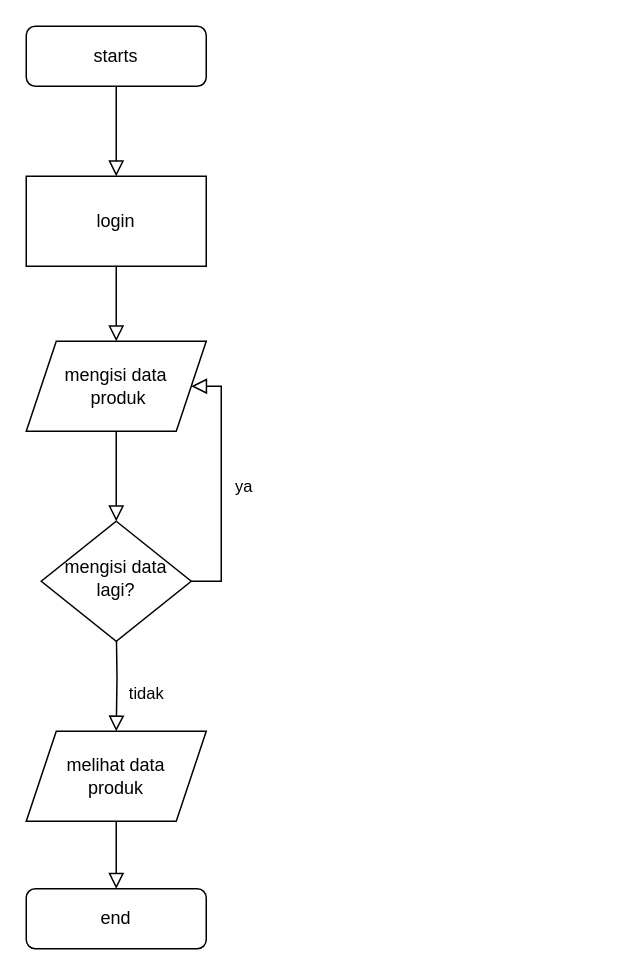
Above: flow chart.drawio in R-TSE-Real-Time-Software-Engineers/SPW-Canteen (draw.io), before the change. Source tidied: cells renumbered, new cells numbered last; positions are measured from the earlier drawing's top-left corner, leaving out a move shared by most shapes. Both pictures are drawn from the tidied source at 150%, with x=0, y=0 at pixel (26, 26).
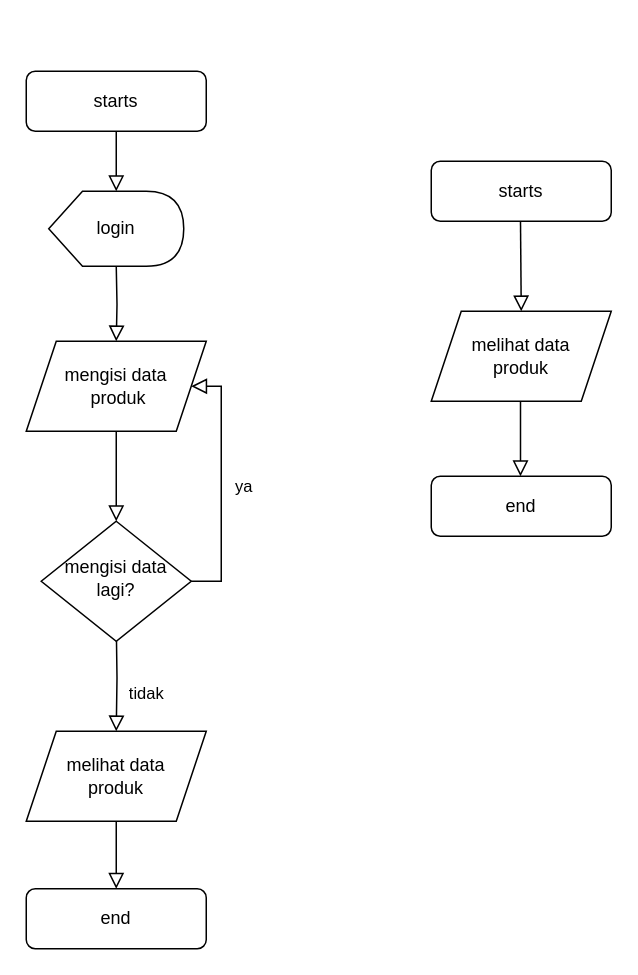
Above is the later version.

Unchanged cells that the change refers to:
```xml
<mxCell id="5" value="mengisi data&lt;div&gt;&amp;nbsp;produk&lt;/div&gt;" style="shape=parallelogram;perimeter=parallelogramPerimeter;whiteSpace=wrap;html=1;fixedSize=1;" parent="1" vertex="1">
  <mxGeometry y="210" width="120" height="60" as="geometry" />
</mxCell>
```

Diff of the diagram source:
```diff
@@
-    <mxCell id="2" style="rounded=0;html=1;jettySize=auto;fontSize=11;endArrow=block;endFill=0;endSize=8;strokeWidth=1;shadow=0;labelBackgroundColor=none;edgeStyle=orthogonalEdgeStyle;exitX=0.5;exitY=1;exitDx=0;exitDy=0;" parent="1" edge="1" source="8" target="5">
-      <mxGeometry relative="1" as="geometry" />
+    <mxCell id="2" style="rounded=0;html=1;jettySize=auto;fontSize=11;endArrow=block;endFill=0;endSize=8;strokeWidth=1;shadow=0;labelBackgroundColor=none;edgeStyle=orthogonalEdgeStyle;exitX=0.5;exitY=1;exitDx=0;exitDy=0;" parent="1" edge="1" target="5">
+      <mxGeometry relative="1" as="geometry">
+        <mxPoint x="60" y="160" as="sourcePoint" />
+      </mxGeometry>
     </mxCell>
@@
     <mxCell id="6" value="starts" style="rounded=1;whiteSpace=wrap;html=1;fontSize=12;glass=0;strokeWidth=1;shadow=0;" parent="1" vertex="1">
-      <mxGeometry width="120" height="40" as="geometry" />
+      <mxGeometry y="30" width="120" height="40" as="geometry" />
     </mxCell>
-    <mxCell id="7" style="rounded=0;html=1;jettySize=auto;fontSize=11;endArrow=block;endFill=0;endSize=8;strokeWidth=1;shadow=0;labelBackgroundColor=none;edgeStyle=orthogonalEdgeStyle;exitX=0.5;exitY=1;exitDx=0;exitDy=0;" parent="1" edge="1" source="6" target="8">
-      <mxGeometry relative="1" as="geometry" />
-    </mxCell>
-    <mxCell id="8" value="login" style="rounded=0;whiteSpace=wrap;html=1;" parent="1" vertex="1">
-      <mxGeometry y="100" width="120" height="60" as="geometry" />
-    </mxCell>
@@
+    <mxCell id="15" value="starts" style="rounded=1;whiteSpace=wrap;html=1;fontSize=12;glass=0;strokeWidth=1;shadow=0;" parent="1" vertex="1">
+      <mxGeometry x="270" y="90" width="120" height="40" as="geometry" />
+    </mxCell>
+    <mxCell id="16" style="rounded=0;html=1;jettySize=auto;fontSize=11;endArrow=block;endFill=0;endSize=8;strokeWidth=1;shadow=0;labelBackgroundColor=none;edgeStyle=orthogonalEdgeStyle;exitX=0.5;exitY=1;exitDx=0;exitDy=0;entryX=0.5;entryY=0;entryDx=0;entryDy=0;" parent="1" edge="1" target="18">
+      <mxGeometry relative="1" as="geometry">
+        <mxPoint x="329.5" y="130" as="sourcePoint" />
+      </mxGeometry>
+    </mxCell>
+    <mxCell id="17" style="rounded=0;html=1;jettySize=auto;orthogonalLoop=1;fontSize=11;endArrow=block;endFill=0;endSize=8;strokeWidth=1;shadow=0;labelBackgroundColor=none;edgeStyle=orthogonalEdgeStyle;exitX=0.5;exitY=1;exitDx=0;exitDy=0;" parent="1" edge="1">
+      <mxGeometry relative="1" as="geometry">
+        <mxPoint x="329.5" y="250" as="sourcePoint" />
+        <mxPoint x="329.5" y="300" as="targetPoint" />
+        <Array as="points">
+          <mxPoint x="329.5" y="260" />
+          <mxPoint x="329.5" y="260" />
+        </Array>
+      </mxGeometry>
+    </mxCell>
+    <mxCell id="18" value="melihat data&lt;div&gt;produk&lt;/div&gt;" style="shape=parallelogram;perimeter=parallelogramPerimeter;whiteSpace=wrap;html=1;fixedSize=1;" parent="1" vertex="1">
+      <mxGeometry x="270" y="190" width="120" height="60" as="geometry" />
+    </mxCell>
+    <mxCell id="19" value="end" style="rounded=1;whiteSpace=wrap;html=1;fontSize=12;glass=0;strokeWidth=1;shadow=0;" parent="1" vertex="1">
+      <mxGeometry x="270" y="300" width="120" height="40" as="geometry" />
+    </mxCell>
+    <mxCell id="8" value="login" style="shape=display;whiteSpace=wrap;html=1;" parent="1" vertex="1">
+      <mxGeometry x="15" y="110" width="90" height="50" as="geometry" />
+    </mxCell>
+    <mxCell id="20" style="rounded=0;html=1;jettySize=auto;fontSize=11;endArrow=block;endFill=0;endSize=8;strokeWidth=1;shadow=0;labelBackgroundColor=none;edgeStyle=orthogonalEdgeStyle;exitX=0.5;exitY=1;exitDx=0;exitDy=0;" parent="1" edge="1" source="6">
+      <mxGeometry relative="1" as="geometry">
+        <mxPoint x="60" y="110" as="targetPoint" />
+      </mxGeometry>
+    </mxCell>
```
